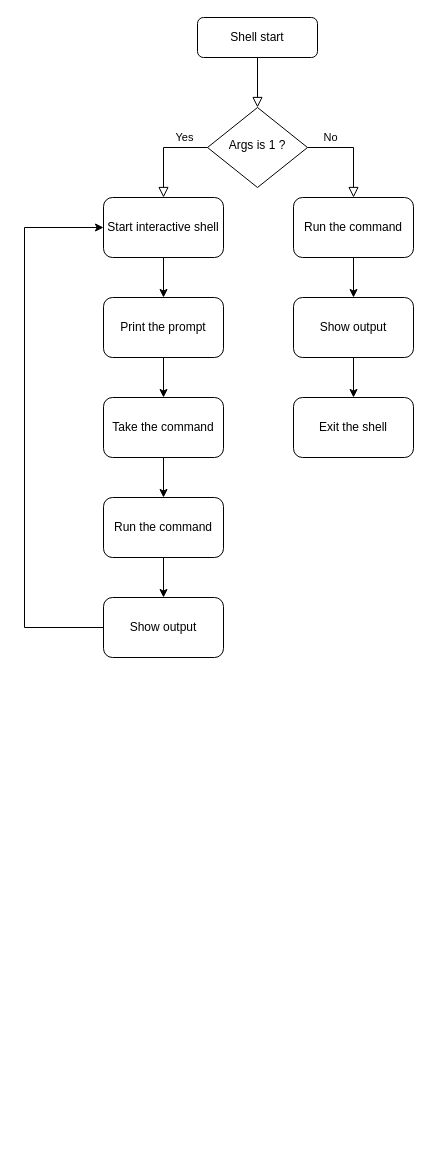
The draw.io diagram Diagram.drawio in anas-asimi/simple_shell, before the edit. Source tidied: cells renumbered, new cells numbered last; positions are measured from the earlier drawing's top-left corner, leaving out a move shared by most shapes. Both pictures are drawn from the tidied source at 100%, with x=0, y=0 at pixel (24, 17).
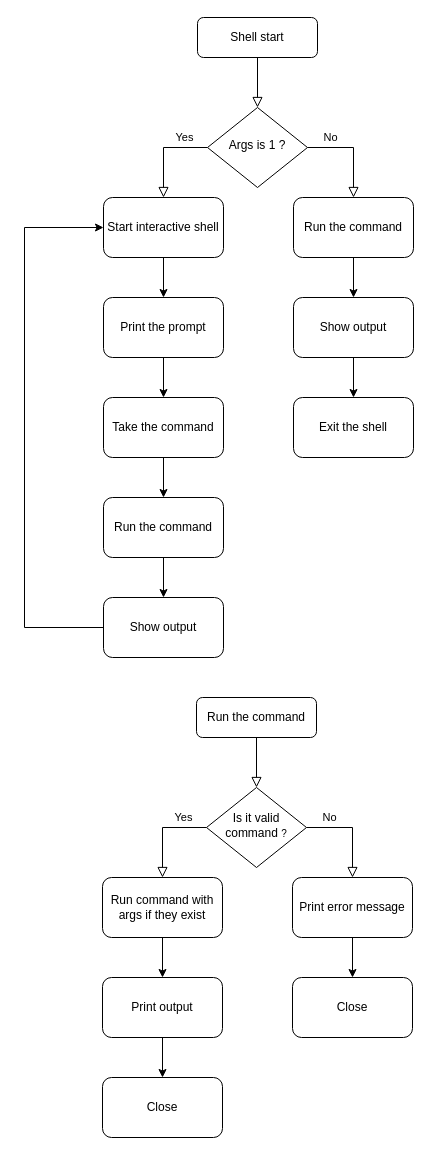
After the change.

Change to the diagram source:
```diff
@@
+    <mxCell id="22" style="rounded=0;html=1;jettySize=auto;fontSize=11;endArrow=block;endFill=0;endSize=8;strokeWidth=1;shadow=0;labelBackgroundColor=none;edgeStyle=orthogonalEdgeStyle;" parent="1" edge="1" source="23" target="25">
+      <mxGeometry relative="1" as="geometry" />
+    </mxCell>
+    <mxCell id="23" value="Run the command" style="rounded=1;whiteSpace=wrap;html=1;fontSize=12;glass=0;strokeWidth=1;shadow=0;" parent="1" vertex="1">
+      <mxGeometry x="172" y="680" width="120" height="40" as="geometry" />
+    </mxCell>
+    <mxCell id="24" value="Yes" style="rounded=0;html=1;jettySize=auto;fontSize=11;endArrow=block;endFill=0;endSize=8;strokeWidth=1;shadow=0;labelBackgroundColor=none;edgeStyle=orthogonalEdgeStyle;exitX=0;exitY=0.5;exitDx=0;exitDy=0;entryX=0.5;entryY=0;entryDx=0;entryDy=0;" parent="1" edge="1" source="25" target="28">
+      <mxGeometry x="-0.52" y="-10" relative="1" as="geometry" />
+    </mxCell>
+    <mxCell id="25" value="Is it valid command &lt;span style=&quot;font-size: 10px;&quot;&gt;?&lt;/span&gt;" style="rhombus;whiteSpace=wrap;html=1;shadow=0;fontFamily=Helvetica;fontSize=12;align=center;strokeWidth=1;spacing=6;spacingTop=-4;" parent="1" vertex="1">
+      <mxGeometry x="182" y="770" width="100" height="80" as="geometry" />
+    </mxCell>
+    <mxCell id="26" value="No" style="rounded=0;html=1;jettySize=auto;fontSize=11;endArrow=block;endFill=0;endSize=8;strokeWidth=1;shadow=0;labelBackgroundColor=none;edgeStyle=orthogonalEdgeStyle;exitX=1;exitY=0.5;exitDx=0;exitDy=0;entryX=0.5;entryY=0;entryDx=0;entryDy=0;" parent="1" edge="1" source="25" target="30">
+      <mxGeometry x="-0.52" y="10" relative="1" as="geometry" />
+    </mxCell>
+    <mxCell id="27" style="edgeStyle=orthogonalEdgeStyle;rounded=0;jettySize=auto;html=1;" parent="1" edge="1" source="28" target="32">
+      <mxGeometry relative="1" as="geometry" />
+    </mxCell>
+    <mxCell id="28" value="Run command with args if they exist" style="rounded=1;whiteSpace=wrap;html=1;" parent="1" vertex="1">
+      <mxGeometry x="78" y="860" width="120" height="60" as="geometry" />
+    </mxCell>
+    <mxCell id="29" style="edgeStyle=orthogonalEdgeStyle;rounded=0;jettySize=auto;html=1;exitX=0.5;exitY=1;exitDx=0;exitDy=0;entryX=0.5;entryY=0;entryDx=0;entryDy=0;" parent="1" edge="1" source="30" target="34">
+      <mxGeometry relative="1" as="geometry" />
+    </mxCell>
+    <mxCell id="30" value="Print&amp;nbsp;error message" style="rounded=1;whiteSpace=wrap;html=1;" parent="1" vertex="1">
+      <mxGeometry x="268" y="860" width="120" height="60" as="geometry" />
+    </mxCell>
+    <mxCell id="31" style="edgeStyle=orthogonalEdgeStyle;rounded=0;jettySize=auto;html=1;" parent="1" edge="1" source="32" target="33">
+      <mxGeometry relative="1" as="geometry" />
+    </mxCell>
+    <mxCell id="32" value="Print output" style="rounded=1;whiteSpace=wrap;html=1;" parent="1" vertex="1">
+      <mxGeometry x="78" y="960" width="120" height="60" as="geometry" />
+    </mxCell>
+    <mxCell id="33" value="Close" style="rounded=1;whiteSpace=wrap;html=1;" parent="1" vertex="1">
+      <mxGeometry x="78" y="1060" width="120" height="60" as="geometry" />
+    </mxCell>
+    <mxCell id="34" value="Close" style="whiteSpace=wrap;html=1;rounded=1;" parent="1" vertex="1">
+      <mxGeometry x="268" y="960" width="120" height="60" as="geometry" />
+    </mxCell>
```
